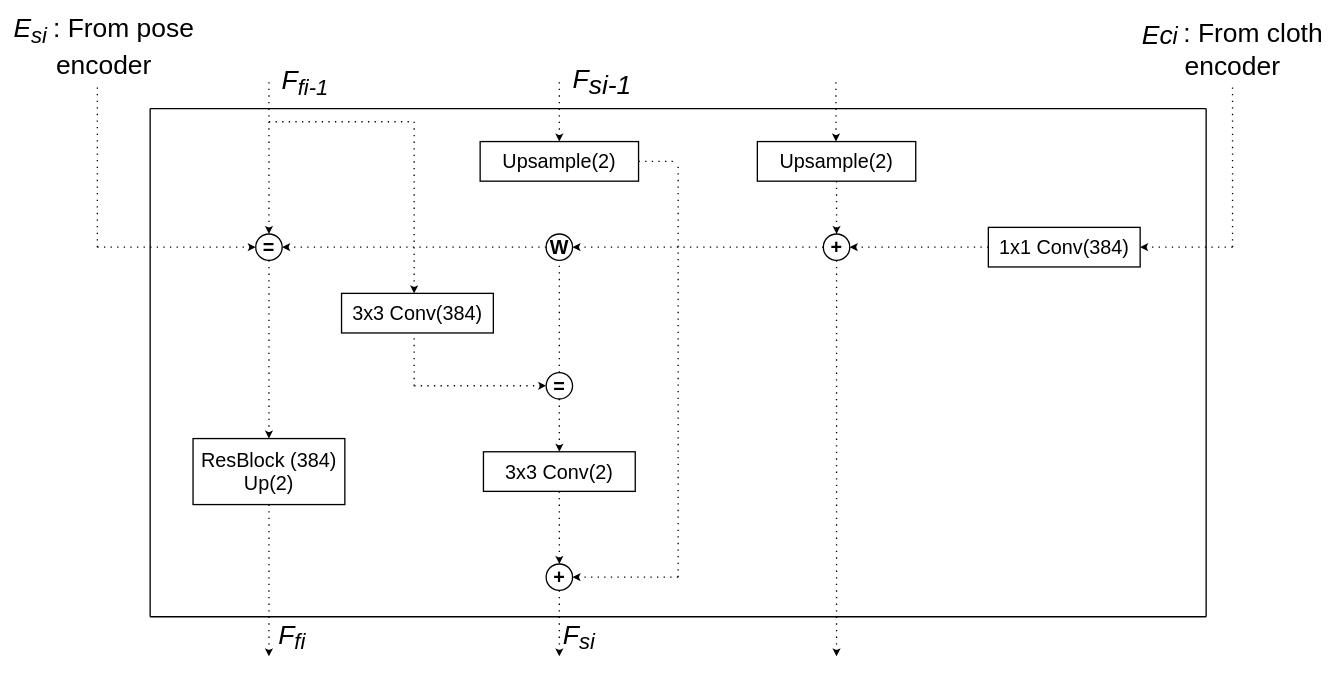
Above: drawMap/Feature_Fusion_Block.drawio in fizzy-1111/slideppTheis (draw.io), before the change. Source tidied: cells renumbered, new cells numbered last; positions are measured from the earlier drawing's top-left corner, leaving out a move shared by most shapes. Both pictures are drawn from the tidied source at 66%, with x=0, y=0 at pixel (11, 16).
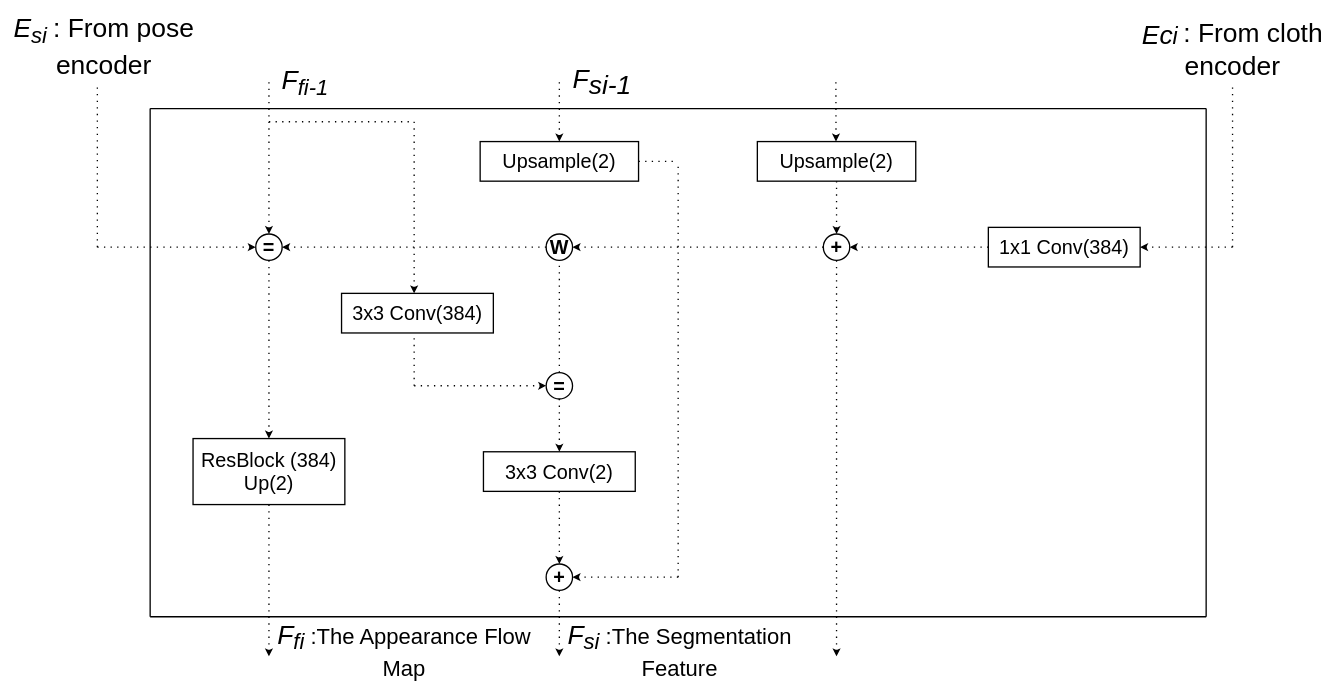
Above is the later version.

Diff of the diagram source:
```diff
@@
-    <mxCell id="42" value="&lt;span style=&quot;font-size: 40px;&quot;&gt;&lt;i&gt;F&lt;sub&gt;fi&lt;/sub&gt;&lt;/i&gt;&lt;/span&gt;" style="text;html=1;strokeColor=none;fillColor=none;align=center;verticalAlign=middle;whiteSpace=wrap;rounded=0;strokeWidth=2;" parent="1" vertex="1">
-      <mxGeometry x="340" y="910" width="170" height="60" as="geometry" />
+    <mxCell id="42" value="&lt;span style=&quot;font-size: 40px;&quot;&gt;&lt;i style=&quot;&quot;&gt;F&lt;sub style=&quot;&quot;&gt;fi&lt;/sub&gt;&lt;/i&gt;&lt;/span&gt;&lt;span style=&quot;font-size: 33.3333px;&quot;&gt;&lt;i style=&quot;&quot;&gt;&amp;nbsp;&lt;/i&gt;:The Appearance Flow Map&lt;/span&gt;" style="text;html=1;strokeColor=none;fillColor=none;align=center;verticalAlign=middle;whiteSpace=wrap;rounded=0;strokeWidth=2;" parent="1" vertex="1">
+      <mxGeometry x="400" y="930" width="390" height="60" as="geometry" />
     </mxCell>
-    <mxCell id="43" value="&lt;i style=&quot;font-size: 40px;&quot;&gt;&lt;span style=&quot;&quot;&gt;F&lt;sub&gt;si&lt;/sub&gt;&lt;/span&gt;&lt;/i&gt;" style="text;html=1;strokeColor=none;fillColor=none;align=center;verticalAlign=middle;whiteSpace=wrap;rounded=0;strokeWidth=2;" parent="1" vertex="1">
-      <mxGeometry x="775" y="910" width="170" height="60" as="geometry" />
+    <mxCell id="43" value="&lt;i style=&quot;font-size: 40px;&quot;&gt;&lt;span style=&quot;&quot;&gt;F&lt;sub&gt;si&lt;/sub&gt;&lt;/span&gt;&lt;/i&gt;&lt;span style=&quot;font-size: 33.3333px;&quot;&gt;&lt;i&gt;&amp;nbsp;&lt;/i&gt;:The Segmentation Feature&lt;/span&gt;" style="text;html=1;strokeColor=none;fillColor=none;align=center;verticalAlign=middle;whiteSpace=wrap;rounded=0;strokeWidth=2;" parent="1" vertex="1">
+      <mxGeometry x="800" y="930" width="425" height="60" as="geometry" />
     </mxCell>
```
